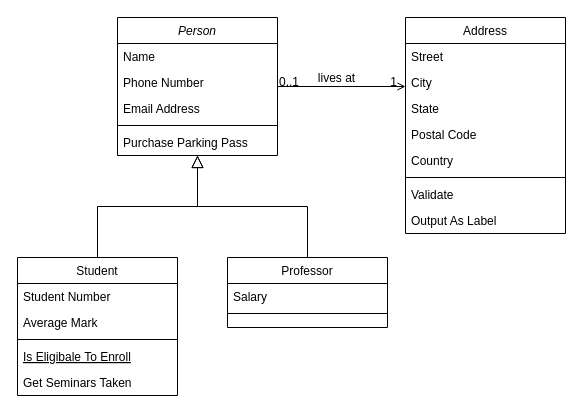
Above: Untitled Diagram.drawio in lushpurr/multiple_classes_homework (draw.io), before the change. Source tidied: cells renumbered, new cells numbered last; positions are measured from the earlier drawing's top-left corner, leaving out a move shared by most shapes. Both pictures are drawn from the tidied source at 100%, with x=0, y=0 at pixel (17, 17).
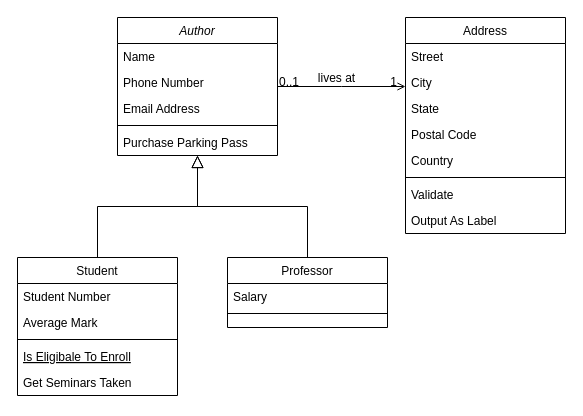
The same page after the edit.

What changed in the source:
```diff
@@
-    <mxCell id="2" value="Person" style="swimlane;fontStyle=2;align=center;verticalAlign=top;horizontal=1;startSize=26;rounded=0;shadow=0;strokeWidth=1;" parent="1" vertex="1">
+    <mxCell id="2" value="Author" style="swimlane;fontStyle=2;align=center;verticalAlign=top;horizontal=1;startSize=26;rounded=0;shadow=0;strokeWidth=1;" parent="1" vertex="1">
       <mxGeometry x="100" width="160" height="138" as="geometry" />
     </mxCell>
```
